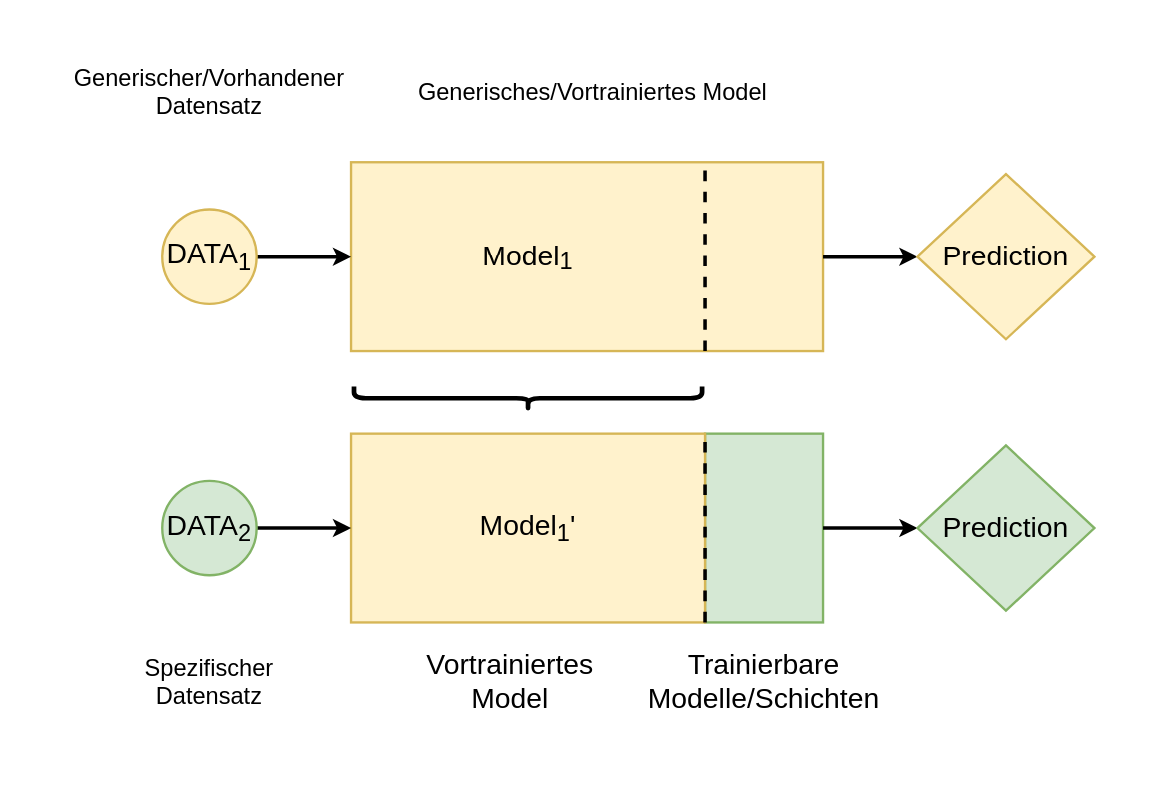
This is Transfer_learning.drawio from Poopaye-96/Visual_Content, a draw.io file, before an edit. Source tidied: cells renumbered, new cells numbered last; positions are measured from the earlier drawing's top-left corner, leaving out a move shared by most shapes. Both pictures are drawn from the tidied source at 118%, with x=0, y=0 at pixel (120, 55).
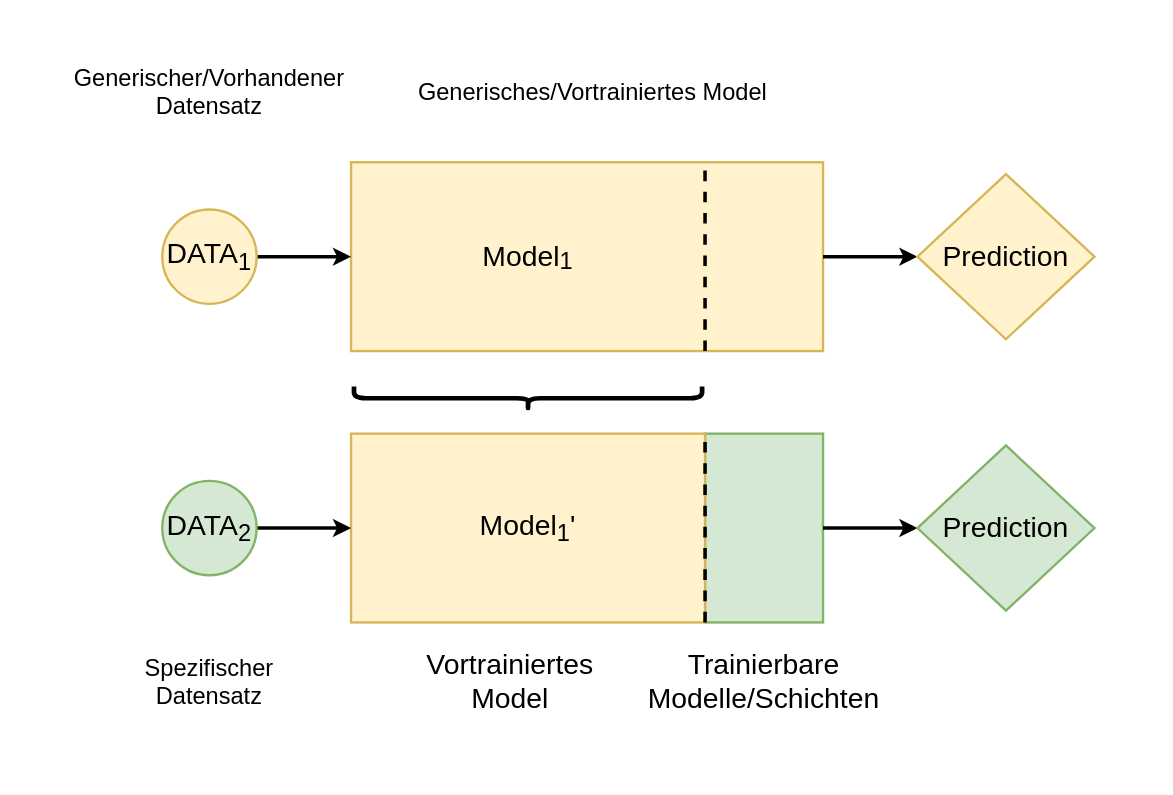
Above is the later version.

Change to the diagram source:
```diff
@@
+    <mxCell id="23" style="rounded=0;whiteSpace=wrap;html=1;strokeWidth=2;fillColor=none;strokeColor=none;" parent="1" vertex="1">
+      <mxGeometry x="-85" y="-30" width="960" height="640" as="geometry" />
+    </mxCell>
```
